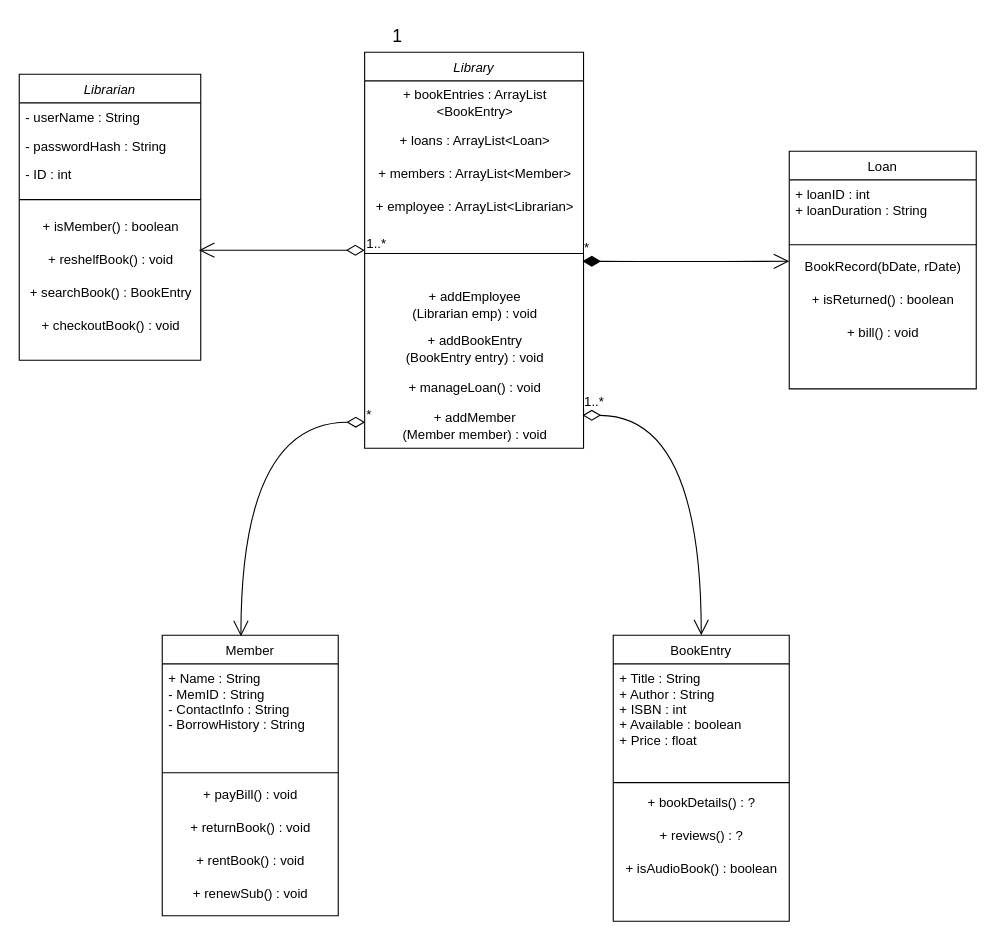
Twpendleton/ClassUMLDiagram keeps this draw.io diagram as Untitled Diagram.drawio. Above is the earlier version. Source tidied: cells renumbered, new cells numbered last; positions are measured from the earlier drawing's top-left corner, leaving out a move shared by most shapes. Both pictures are drawn from the tidied source at 110%, with x=0, y=0 at pixel (19, 19).
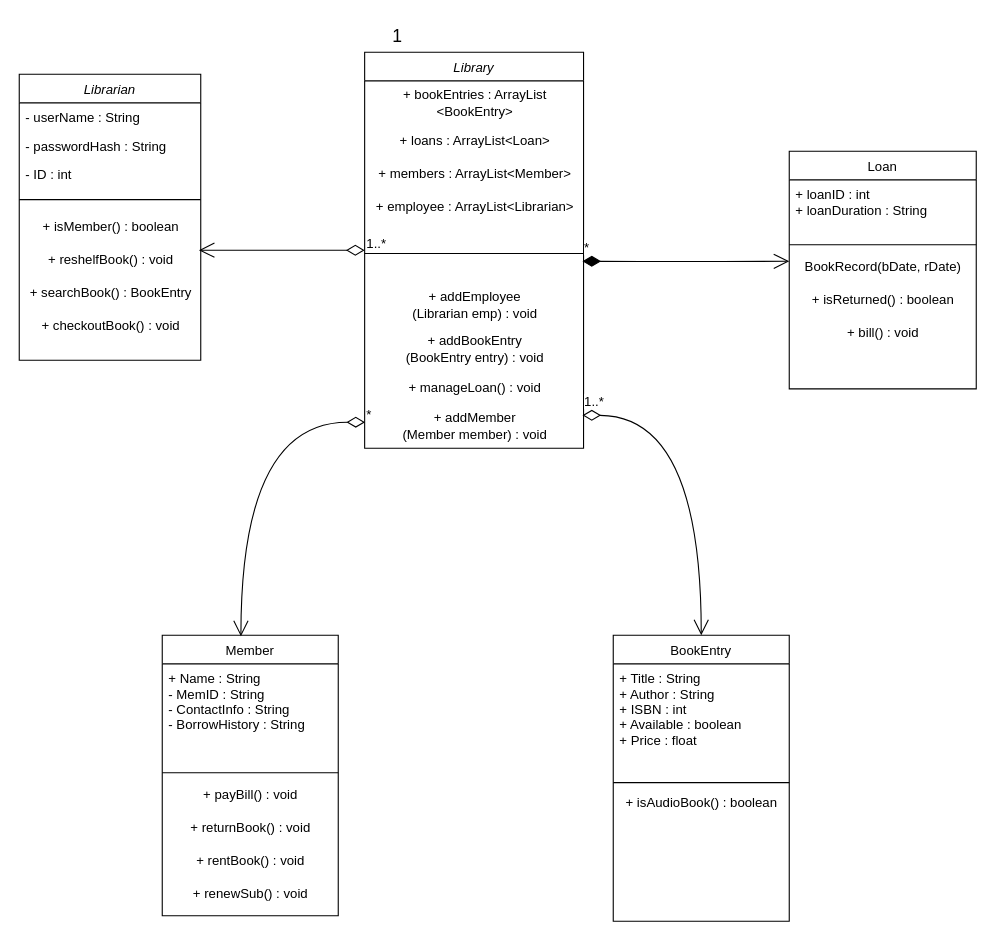
The same page after the edit.

Commit message:
Remove "bookDetails" and "reviews" methods from BookEntry

Unchanged cells that the change refers to:
```xml
<mxCell id="18" value="BookEntry" style="swimlane;fontStyle=0;align=center;verticalAlign=top;horizontal=1;startSize=26;rounded=0;shadow=0;strokeWidth=1;" parent="1" vertex="1">
  <mxGeometry x="540" y="560" width="160" height="260" as="geometry" />
</mxCell>
```

What changed in the source:
```diff
@@
-    <mxCell id="21" value="+ bookDetails() : ?" style="text;html=1;align=center;verticalAlign=middle;strokeColor=none;fillColor=none;" parent="18" vertex="1">
-      <mxGeometry y="138" width="160" height="30" as="geometry" />
-    </mxCell>
-    <mxCell id="22" value="+ reviews() : ?" style="text;html=1;align=center;verticalAlign=middle;strokeColor=none;fillColor=none;" parent="18" vertex="1">
-      <mxGeometry y="168" width="160" height="30" as="geometry" />
-    </mxCell>
     <mxCell id="23" value="+ isAudioBook() : boolean" style="text;html=1;align=center;verticalAlign=middle;strokeColor=none;fillColor=none;" parent="18" vertex="1">
-      <mxGeometry y="198" width="160" height="30" as="geometry" />
+      <mxGeometry y="138" width="160" height="30" as="geometry" />
     </mxCell>
```
